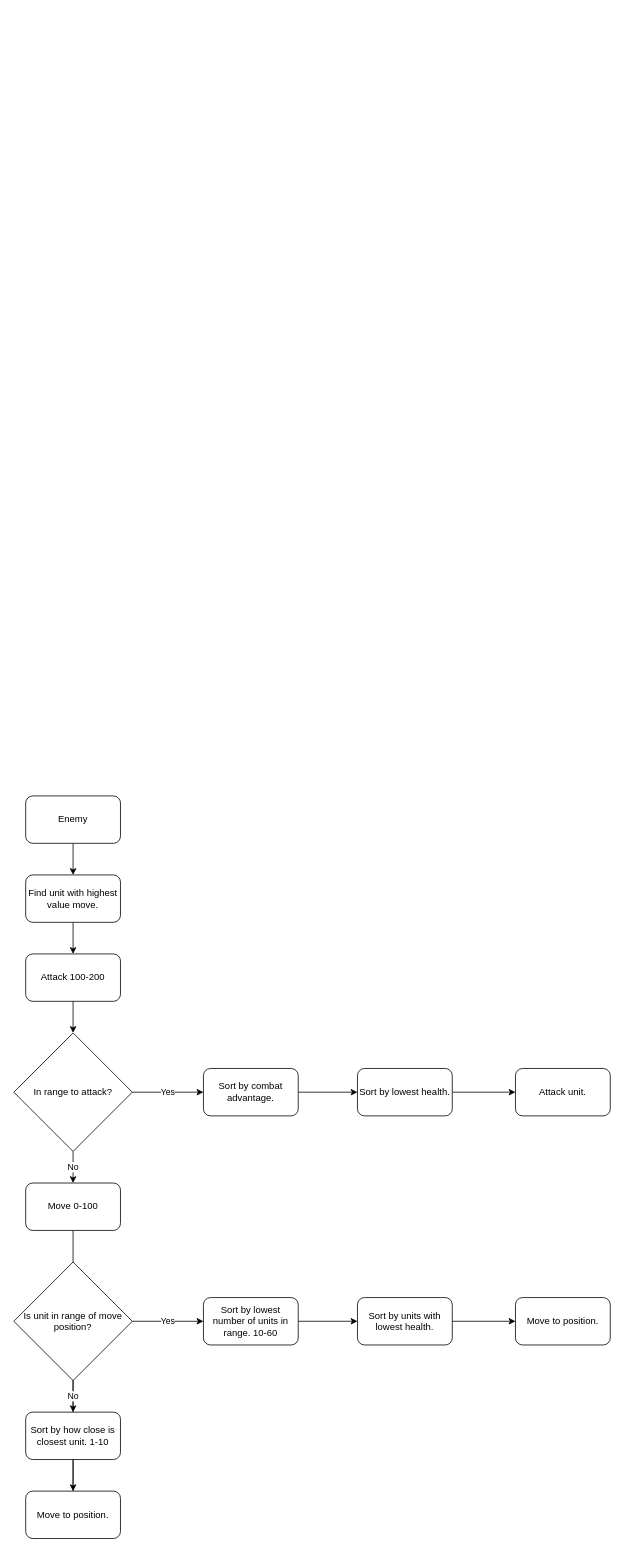
Earlier version of the draw.io diagram Documentation/EnemyAI.drawio (yitzchakncohen/Rock_Paper_Scissors). Source tidied: cells renumbered, new cells numbered last; positions are measured from the earlier drawing's top-left corner, leaving out a move shared by most shapes. Both pictures are drawn from the tidied source at 79%, with x=0, y=0 at pixel (13, 796).
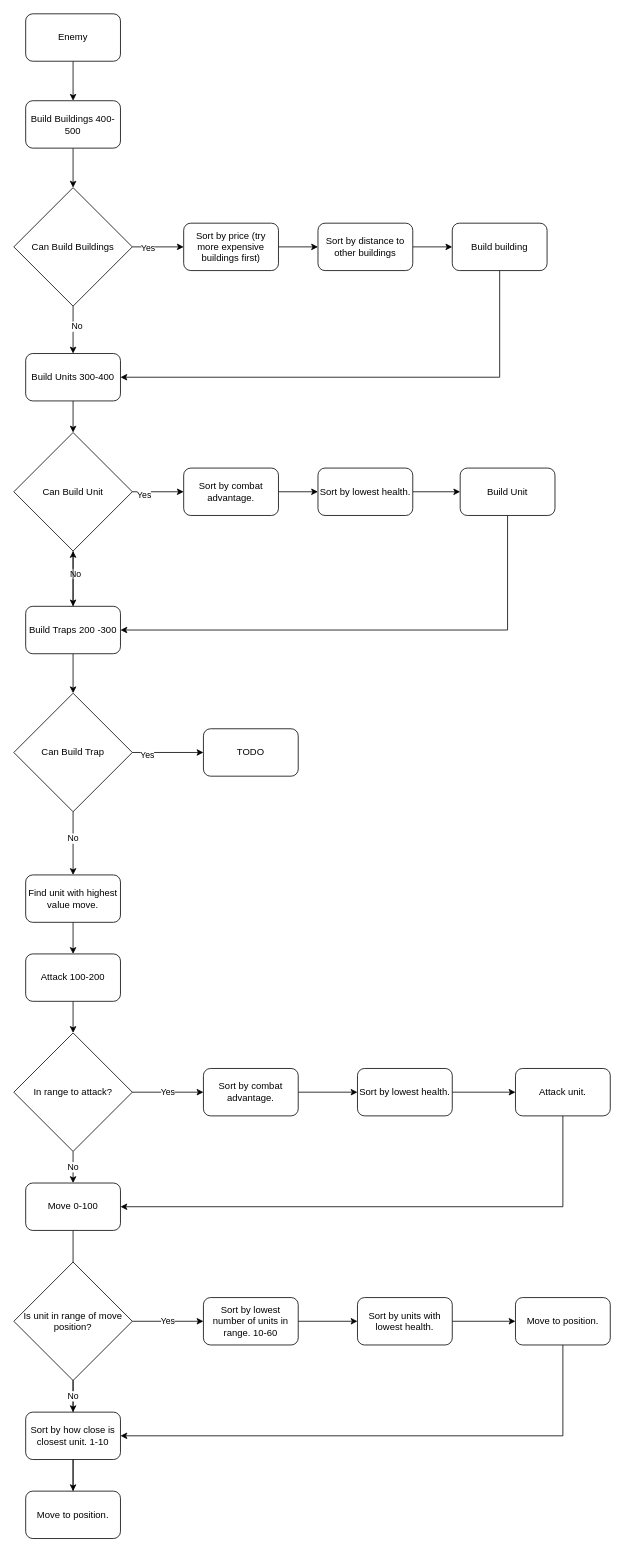
The same page after the edit.

Unchanged cells that the change refers to:
```xml
<mxCell id="7" value="Move 0-100" style="rounded=1;whiteSpace=wrap;html=1;" parent="1" vertex="1">
  <mxGeometry x="15" y="490" width="120" height="60" as="geometry" />
</mxCell>
<mxCell id="15" value="Attack unit." style="rounded=1;whiteSpace=wrap;html=1;" parent="1" vertex="1">
  <mxGeometry x="635" y="345" width="120" height="60" as="geometry" />
</mxCell>
<mxCell id="23" value="Move to position." style="rounded=1;whiteSpace=wrap;html=1;" parent="1" vertex="1">
  <mxGeometry x="635" y="635" width="120" height="60" as="geometry" />
</mxCell>
<mxCell id="25" value="Sort by how close is closest unit. 1-10" style="rounded=1;whiteSpace=wrap;html=1;" parent="1" vertex="1">
  <mxGeometry x="15" y="780" width="120" height="60" as="geometry" />
</mxCell>
<mxCell id="28" value="Find unit with highest value move." style="rounded=1;whiteSpace=wrap;html=1;" parent="1" vertex="1">
  <mxGeometry x="15" y="100" width="120" height="60" as="geometry" />
</mxCell>
```

The edit, as a diff of the source:
```diff
@@
-    <mxCell id="2" style="edgeStyle=orthogonalEdgeStyle;rounded=0;jettySize=auto;html=1;" parent="1" edge="1" source="3" target="28">
-      <mxGeometry relative="1" as="geometry" />
-    </mxCell>
+    <mxCell id="29" style="edgeStyle=orthogonalEdgeStyle;rounded=0;jettySize=auto;html=1;" parent="1" edge="1" source="3" target="42">
+      <mxGeometry relative="1" as="geometry" />
+    </mxCell>
     <mxCell id="3" value="Enemy" style="rounded=1;whiteSpace=wrap;html=1;" parent="1" vertex="1">
-      <mxGeometry x="15" width="120" height="60" as="geometry" />
+      <mxGeometry x="15" y="-990" width="120" height="60" as="geometry" />
     </mxCell>
@@
+    <mxCell id="30" style="edgeStyle=orthogonalEdgeStyle;rounded=0;jettySize=auto;html=1;entryX=1;entryY=0.5;entryDx=0;entryDy=0;exitX=0.5;exitY=1;exitDx=0;exitDy=0;" parent="1" edge="1" source="15" target="7">
+      <mxGeometry relative="1" as="geometry" />
+    </mxCell>
@@
+    <mxCell id="31" style="edgeStyle=orthogonalEdgeStyle;rounded=0;jettySize=auto;html=1;entryX=1;entryY=0.5;entryDx=0;entryDy=0;" parent="1" edge="1" source="23" target="25">
+      <mxGeometry relative="1" as="geometry">
+        <Array as="points">
+          <mxPoint x="695" y="810" />
+        </Array>
+      </mxGeometry>
+    </mxCell>
@@
+    <mxCell id="32" style="edgeStyle=orthogonalEdgeStyle;rounded=0;jettySize=auto;html=1;" parent="1" edge="1" source="33" target="38">
+      <mxGeometry relative="1" as="geometry" />
+    </mxCell>
+    <mxCell id="33" value="Build Units 300-400" style="rounded=1;whiteSpace=wrap;html=1;" parent="1" vertex="1">
+      <mxGeometry x="15" y="-560" width="120" height="60" as="geometry" />
+    </mxCell>
+    <mxCell id="34" style="edgeStyle=orthogonalEdgeStyle;rounded=0;jettySize=auto;html=1;" parent="1" edge="1" source="38" target="40">
+      <mxGeometry relative="1" as="geometry" />
+    </mxCell>
+    <mxCell id="35" value="Yes" style="edgeLabel;html=1;align=center;verticalAlign=middle;" parent="34" vertex="1">
+      <mxGeometry x="-0.55" y="-4" relative="1" as="geometry">
+        <mxPoint x="-1" as="offset" />
+      </mxGeometry>
+    </mxCell>
+    <mxCell id="36" style="edgeStyle=orthogonalEdgeStyle;rounded=0;jettySize=auto;html=1;" parent="1" edge="1" source="38" target="65">
+      <mxGeometry relative="1" as="geometry" />
+    </mxCell>
+    <mxCell id="37" value="No" style="edgeLabel;html=1;align=center;verticalAlign=middle;" parent="36" vertex="1">
+      <mxGeometry x="-0.18" y="1" relative="1" as="geometry">
+        <mxPoint x="1" y="-1" as="offset" />
+      </mxGeometry>
+    </mxCell>
+    <mxCell id="38" value="Can Build Unit" style="rhombus;whiteSpace=wrap;html=1;" parent="1" vertex="1">
+      <mxGeometry y="-460" width="150" height="150" as="geometry" />
+    </mxCell>
+    <mxCell id="39" style="edgeStyle=orthogonalEdgeStyle;rounded=0;jettySize=auto;html=1;" parent="1" edge="1" source="40" target="49">
+      <mxGeometry relative="1" as="geometry" />
+    </mxCell>
+    <mxCell id="40" value="Sort by combat advantage." style="rounded=1;whiteSpace=wrap;html=1;" parent="1" vertex="1">
+      <mxGeometry x="215" y="-415" width="120" height="60" as="geometry" />
+    </mxCell>
+    <mxCell id="41" style="edgeStyle=orthogonalEdgeStyle;rounded=0;jettySize=auto;html=1;" parent="1" edge="1" source="42" target="47">
+      <mxGeometry relative="1" as="geometry" />
+    </mxCell>
+    <mxCell id="42" value="Build Buildings 400-500" style="rounded=1;whiteSpace=wrap;html=1;" parent="1" vertex="1">
+      <mxGeometry x="15" y="-880" width="120" height="60" as="geometry" />
+    </mxCell>
+    <mxCell id="43" style="edgeStyle=orthogonalEdgeStyle;rounded=0;jettySize=auto;html=1;entryX=0.5;entryY=0;entryDx=0;entryDy=0;" parent="1" edge="1" source="47" target="33">
+      <mxGeometry relative="1" as="geometry" />
+    </mxCell>
+    <mxCell id="44" value="No" style="edgeLabel;html=1;align=center;verticalAlign=middle;" parent="43" vertex="1">
+      <mxGeometry x="-0.15" y="4" relative="1" as="geometry">
+        <mxPoint y="-1" as="offset" />
+      </mxGeometry>
+    </mxCell>
+    <mxCell id="45" style="edgeStyle=orthogonalEdgeStyle;rounded=0;jettySize=auto;html=1;" parent="1" edge="1" source="47" target="53">
+      <mxGeometry relative="1" as="geometry" />
+    </mxCell>
+    <mxCell id="46" value="Yes" style="edgeLabel;html=1;align=center;verticalAlign=middle;" parent="45" vertex="1">
+      <mxGeometry x="-0.4" y="-1" relative="1" as="geometry">
+        <mxPoint x="-1" as="offset" />
+      </mxGeometry>
+    </mxCell>
+    <mxCell id="47" value="Can Build Buildings" style="rhombus;whiteSpace=wrap;html=1;" parent="1" vertex="1">
+      <mxGeometry y="-770" width="150" height="150" as="geometry" />
+    </mxCell>
+    <mxCell id="48" style="edgeStyle=orthogonalEdgeStyle;rounded=0;jettySize=auto;html=1;" parent="1" edge="1" source="49" target="51">
+      <mxGeometry relative="1" as="geometry" />
+    </mxCell>
+    <mxCell id="49" value="Sort by lowest health." style="rounded=1;whiteSpace=wrap;html=1;" parent="1" vertex="1">
+      <mxGeometry x="385" y="-415" width="120" height="60" as="geometry" />
+    </mxCell>
+    <mxCell id="50" style="edgeStyle=orthogonalEdgeStyle;rounded=0;jettySize=auto;html=1;entryX=1;entryY=0.5;entryDx=0;entryDy=0;" parent="1" edge="1" source="51" target="65">
+      <mxGeometry relative="1" as="geometry">
+        <Array as="points">
+          <mxPoint x="625" y="-210" />
+        </Array>
+      </mxGeometry>
+    </mxCell>
+    <mxCell id="51" value="Build Unit" style="rounded=1;whiteSpace=wrap;html=1;" parent="1" vertex="1">
+      <mxGeometry x="565" y="-415" width="120" height="60" as="geometry" />
+    </mxCell>
+    <mxCell id="52" style="edgeStyle=orthogonalEdgeStyle;rounded=0;jettySize=auto;html=1;" parent="1" edge="1" source="53" target="55">
+      <mxGeometry relative="1" as="geometry" />
+    </mxCell>
+    <mxCell id="53" value="Sort by price (try more expensive buildings first)" style="rounded=1;whiteSpace=wrap;html=1;" parent="1" vertex="1">
+      <mxGeometry x="215" y="-725" width="120" height="60" as="geometry" />
+    </mxCell>
+    <mxCell id="54" style="edgeStyle=orthogonalEdgeStyle;rounded=0;jettySize=auto;html=1;" parent="1" edge="1" source="55" target="57">
+      <mxGeometry relative="1" as="geometry" />
+    </mxCell>
+    <mxCell id="55" value="Sort by distance to other buildings" style="rounded=1;whiteSpace=wrap;html=1;" parent="1" vertex="1">
+      <mxGeometry x="385" y="-725" width="120" height="60" as="geometry" />
+    </mxCell>
+    <mxCell id="56" style="edgeStyle=orthogonalEdgeStyle;rounded=0;jettySize=auto;html=1;entryX=1;entryY=0.5;entryDx=0;entryDy=0;" parent="1" edge="1" source="57" target="33">
+      <mxGeometry relative="1" as="geometry">
+        <Array as="points">
+          <mxPoint x="615" y="-530" />
+        </Array>
+      </mxGeometry>
+    </mxCell>
+    <mxCell id="57" value="Build building" style="rounded=1;whiteSpace=wrap;html=1;" parent="1" vertex="1">
+      <mxGeometry x="555" y="-725" width="120" height="60" as="geometry" />
+    </mxCell>
+    <mxCell id="58" style="edgeStyle=orthogonalEdgeStyle;rounded=0;jettySize=auto;html=1;" parent="1" edge="1" source="62" target="28">
+      <mxGeometry relative="1" as="geometry" />
+    </mxCell>
+    <mxCell id="59" value="No" style="edgeLabel;html=1;align=center;verticalAlign=middle;" parent="58" vertex="1">
+      <mxGeometry x="-0.14" y="-1" relative="1" as="geometry">
+        <mxPoint y="-1" as="offset" />
+      </mxGeometry>
+    </mxCell>
+    <mxCell id="60" style="edgeStyle=orthogonalEdgeStyle;rounded=0;jettySize=auto;html=1;" parent="1" edge="1" source="62" target="66">
+      <mxGeometry relative="1" as="geometry" />
+    </mxCell>
+    <mxCell id="61" value="Yes" style="edgeLabel;html=1;align=center;verticalAlign=middle;" parent="60" vertex="1">
+      <mxGeometry x="-0.57" y="-2" relative="1" as="geometry">
+        <mxPoint x="-1" y="1" as="offset" />
+      </mxGeometry>
+    </mxCell>
+    <mxCell id="62" value="Can Build Trap" style="rhombus;whiteSpace=wrap;html=1;" parent="1" vertex="1">
+      <mxGeometry y="-130" width="150" height="150" as="geometry" />
+    </mxCell>
+    <mxCell id="63" style="edgeStyle=orthogonalEdgeStyle;rounded=0;jettySize=auto;html=1;" parent="1" edge="1" source="65" target="62">
+      <mxGeometry relative="1" as="geometry" />
+    </mxCell>
+    <mxCell id="64" style="edgeStyle=orthogonalEdgeStyle;rounded=0;jettySize=auto;html=1;" parent="1" edge="1" source="65" target="38">
+      <mxGeometry relative="1" as="geometry" />
+    </mxCell>
+    <mxCell id="65" value="Build Traps 200 -300" style="rounded=1;whiteSpace=wrap;html=1;" parent="1" vertex="1">
+      <mxGeometry x="15" y="-240" width="120" height="60" as="geometry" />
+    </mxCell>
+    <mxCell id="66" value="TODO" style="rounded=1;whiteSpace=wrap;html=1;" parent="1" vertex="1">
+      <mxGeometry x="240" y="-85" width="120" height="60" as="geometry" />
+    </mxCell>
```
